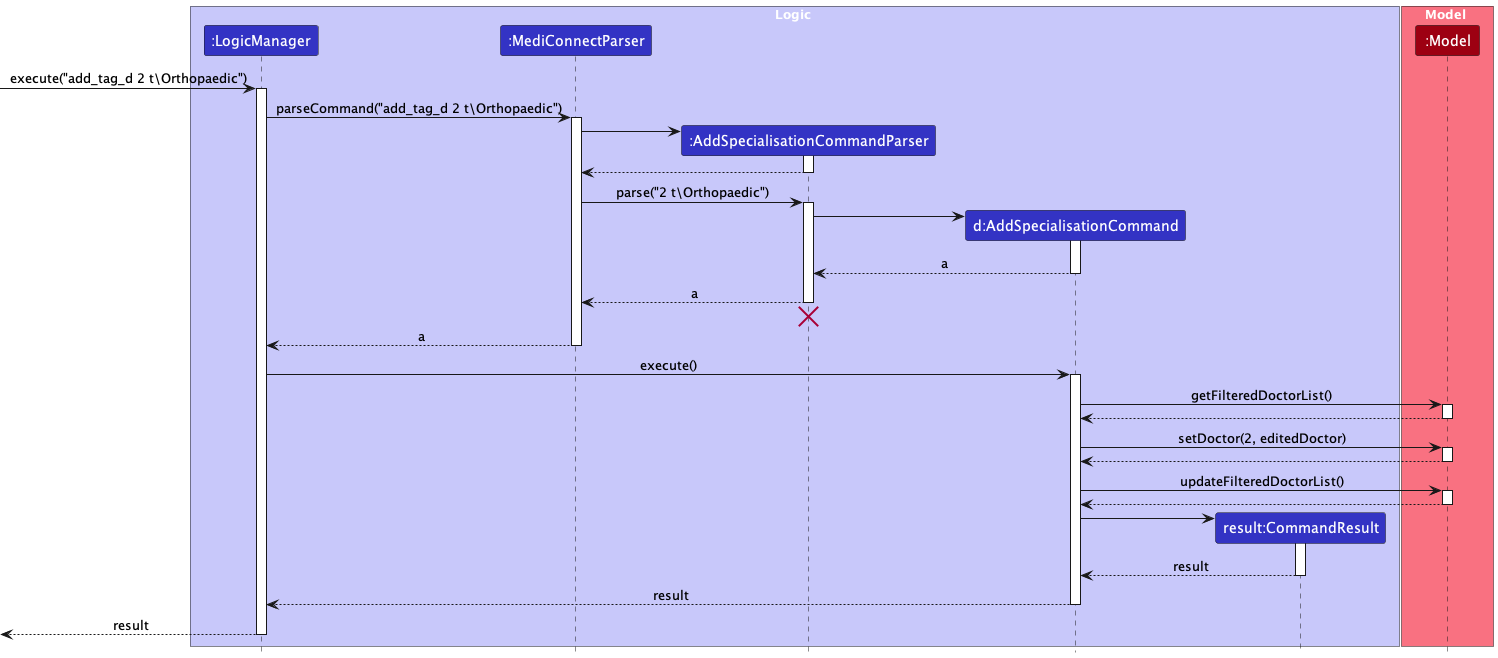
This is docs/images/AddSpecialisationSequenceDiagram.png from yanghengtang/tp, a PlantUML export, as it was before one commit.
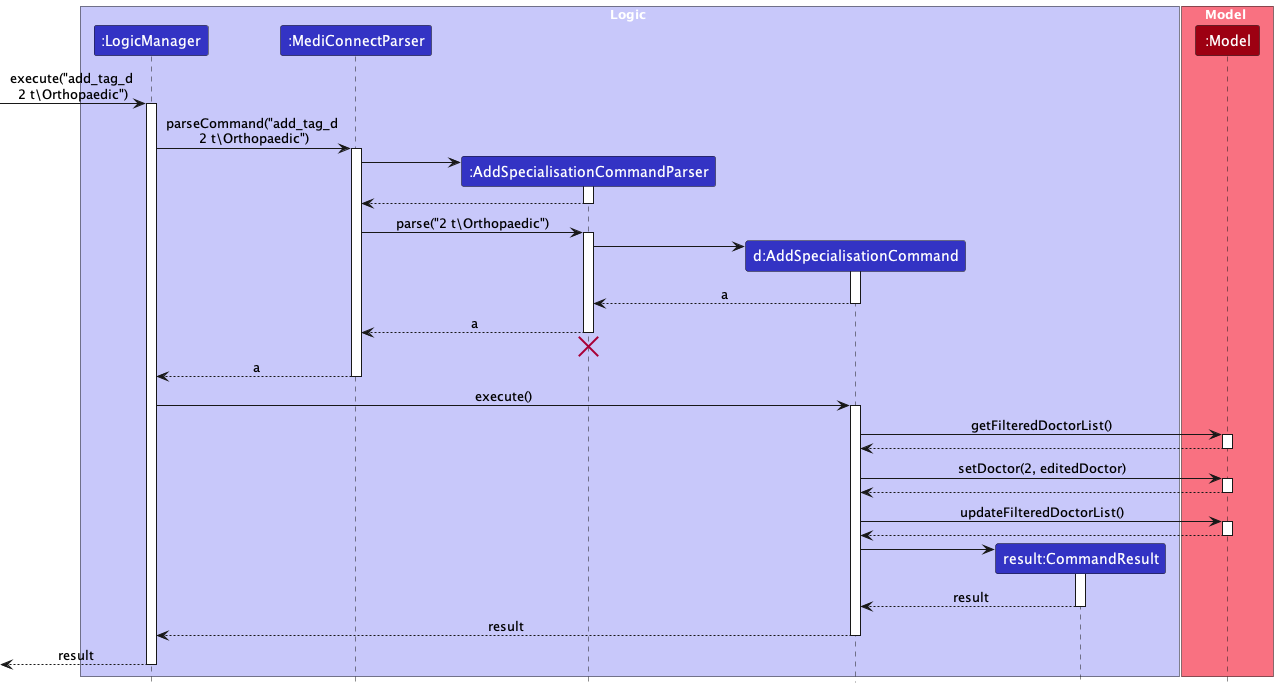
The same diagram one commit later.

Commit message:
Update Sequence Diagram

The edit, as a diff of the source:
```diff
@@ -14,10 +14,10 @@
 participant ":Model" as Model MODEL_COLOR
 end box
 
-[-> LogicManager : execute("add_tag_d 2 t\Orthopaedic")
+[-> LogicManager : execute("add_tag_d \n2 t\Orthopaedic")
 activate LogicManager
 
-LogicManager -> MediConnectParser : parseCommand("add_tag_d 2 t\Orthopaedic")
+LogicManager -> MediConnectParser : parseCommand("add_tag_d \n2 t\Orthopaedic")
 activate MediConnectParser
 
 create AddSpecialisationCommandParser
```
